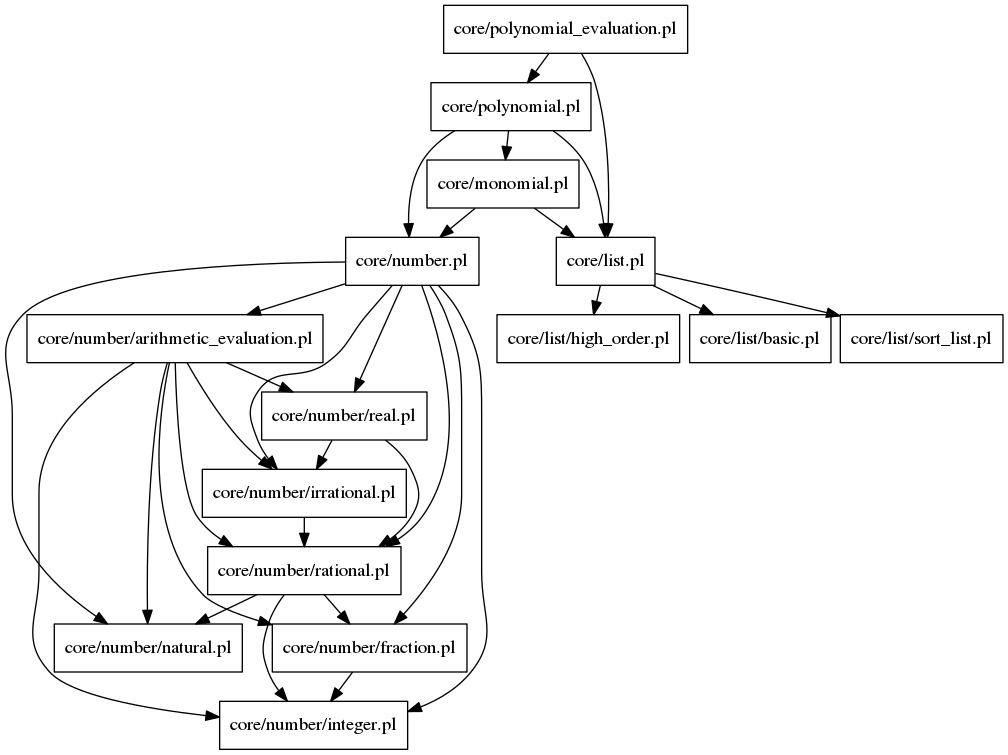
This is docs/core/polynomial_evaluation.png from lluisalemanypuig/sycalc, a Graphviz export, as it was before one commit. Its source is kept beside it as docs/.cache/core/polynomial_evaluation.dot. Its diagram source:
```dot
digraph file_graph {
node [shape=rectangle]
nodesep = 0.1
ranksep = 0.3
"core/number/rational.pl" -> "core/number/integer.pl"
"core/number/rational.pl" -> "core/number/natural.pl"
"core/number/rational.pl" -> "core/number/fraction.pl"
"core/polynomial.pl" -> "core/monomial.pl"
"core/polynomial.pl" -> "core/number.pl"
"core/polynomial.pl" -> "core/list.pl"
"core/polynomial_evaluation.pl" -> "core/list.pl"
"core/polynomial_evaluation.pl" -> "core/polynomial.pl"
"core/number/irrational.pl" -> "core/number/rational.pl"
"core/number/fraction.pl" -> "core/number/integer.pl"
"core/number/real.pl" -> "core/number/irrational.pl"
"core/number/real.pl" -> "core/number/rational.pl"
"core/monomial.pl" -> "core/number.pl"
"core/monomial.pl" -> "core/list.pl"
"core/number/arithmetic_evaluation.pl" -> "core/number/integer.pl"
"core/number/arithmetic_evaluation.pl" -> "core/number/natural.pl"
"core/number/arithmetic_evaluation.pl" -> "core/number/fraction.pl"
"core/number/arithmetic_evaluation.pl" -> "core/number/irrational.pl"
"core/number/arithmetic_evaluation.pl" -> "core/number/real.pl"
"core/number/arithmetic_evaluation.pl" -> "core/number/rational.pl"
"core/list.pl" -> "core/list/sort_list.pl"
"core/list.pl" -> "core/list/high_order.pl"
"core/list.pl" -> "core/list/basic.pl"
"core/number.pl" -> "core/number/integer.pl"
"core/number.pl" -> "core/number/natural.pl"
"core/number.pl" -> "core/number/fraction.pl"
"core/number.pl" -> "core/number/irrational.pl"
"core/number.pl" -> "core/number/arithmetic_evaluation.pl"
"core/number.pl" -> "core/number/real.pl"
"core/number.pl" -> "core/number/rational.pl"
}
```
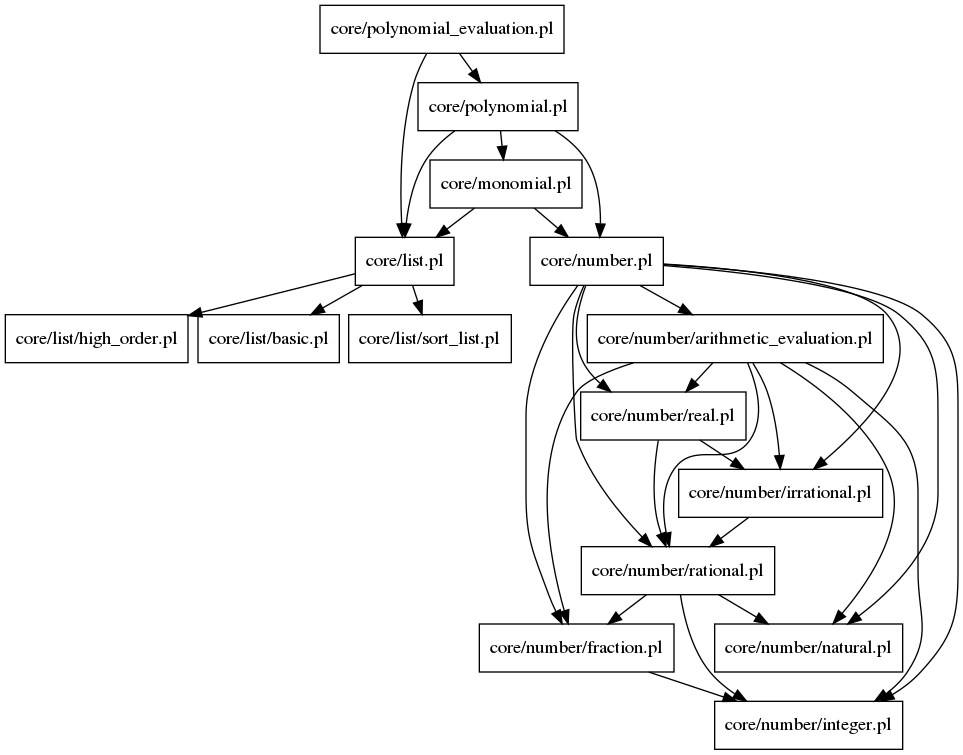
The same diagram one commit later.

Diff of the diagram source:
```diff
@@ -2,34 +2,34 @@
 node [shape=rectangle]
 nodesep = 0.1
 ranksep = 0.3
-"core/number/rational.pl" -> "core/number/integer.pl"
+"core/polynomial_evaluation.pl" -> "core/list.pl"
+"core/polynomial_evaluation.pl" -> "core/polynomial.pl"
+"core/polynomial.pl" -> "core/number.pl"
+"core/polynomial.pl" -> "core/list.pl"
+"core/polynomial.pl" -> "core/monomial.pl"
+"core/list.pl" -> "core/list/basic.pl"
+"core/list.pl" -> "core/list/sort_list.pl"
+"core/list.pl" -> "core/list/high_order.pl"
+"core/number.pl" -> "core/number/natural.pl"
+"core/number.pl" -> "core/number/rational.pl"
+"core/number.pl" -> "core/number/real.pl"
+"core/number.pl" -> "core/number/fraction.pl"
+"core/number.pl" -> "core/number/integer.pl"
+"core/number.pl" -> "core/number/irrational.pl"
+"core/number.pl" -> "core/number/arithmetic_evaluation.pl"
+"core/monomial.pl" -> "core/number.pl"
+"core/monomial.pl" -> "core/list.pl"
+"core/number/fraction.pl" -> "core/number/integer.pl"
 "core/number/rational.pl" -> "core/number/natural.pl"
 "core/number/rational.pl" -> "core/number/fraction.pl"
-"core/polynomial.pl" -> "core/monomial.pl"
-"core/polynomial.pl" -> "core/number.pl"
-"core/polynomial.pl" -> "core/list.pl"
-"core/polynomial_evaluation.pl" -> "core/list.pl"
-"core/polynomial_evaluation.pl" -> "core/polynomial.pl"
+"core/number/rational.pl" -> "core/number/integer.pl"
 "core/number/irrational.pl" -> "core/number/rational.pl"
-"core/number/fraction.pl" -> "core/number/integer.pl"
+"core/number/real.pl" -> "core/number/rational.pl"
 "core/number/real.pl" -> "core/number/irrational.pl"
-"core/number/real.pl" -> "core/number/rational.pl"
-"core/monomial.pl" -> "core/number.pl"
-"core/monomial.pl" -> "core/list.pl"
+"core/number/arithmetic_evaluation.pl" -> "core/number/natural.pl"
+"core/number/arithmetic_evaluation.pl" -> "core/number/rational.pl"
+"core/number/arithmetic_evaluation.pl" -> "core/number/real.pl"
+"core/number/arithmetic_evaluation.pl" -> "core/number/fraction.pl"
 "core/number/arithmetic_evaluation.pl" -> "core/number/integer.pl"
-"core/number/arithmetic_evaluation.pl" -> "core/number/natural.pl"
-"core/number/arithmetic_evaluation.pl" -> "core/number/fraction.pl"
 "core/number/arithmetic_evaluation.pl" -> "core/number/irrational.pl"
-"core/number/arithmetic_evaluation.pl" -> "core/number/real.pl"
-"core/number/arithmetic_evaluation.pl" -> "core/number/rational.pl"
-"core/list.pl" -> "core/list/sort_list.pl"
-"core/list.pl" -> "core/list/high_order.pl"
-"core/list.pl" -> "core/list/basic.pl"
-"core/number.pl" -> "core/number/integer.pl"
-"core/number.pl" -> "core/number/natural.pl"
-"core/number.pl" -> "core/number/fraction.pl"
-"core/number.pl" -> "core/number/irrational.pl"
-"core/number.pl" -> "core/number/arithmetic_evaluation.pl"
-"core/number.pl" -> "core/number/real.pl"
-"core/number.pl" -> "core/number/rational.pl"
 }
```
